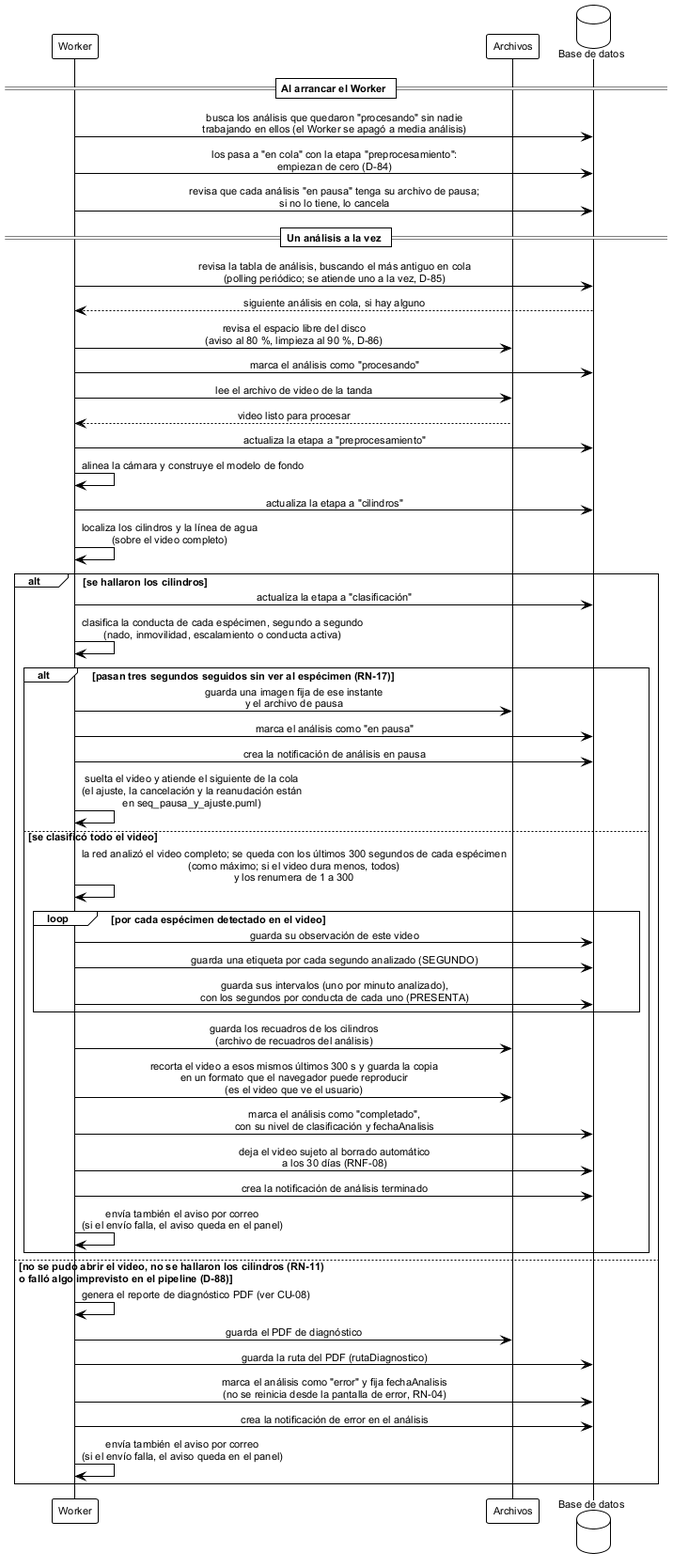
Before: figures/mermaid/seq_analisis_automatico.png, a diagram exported from PlantUML (ErickJester/fst-ai-system-latex).
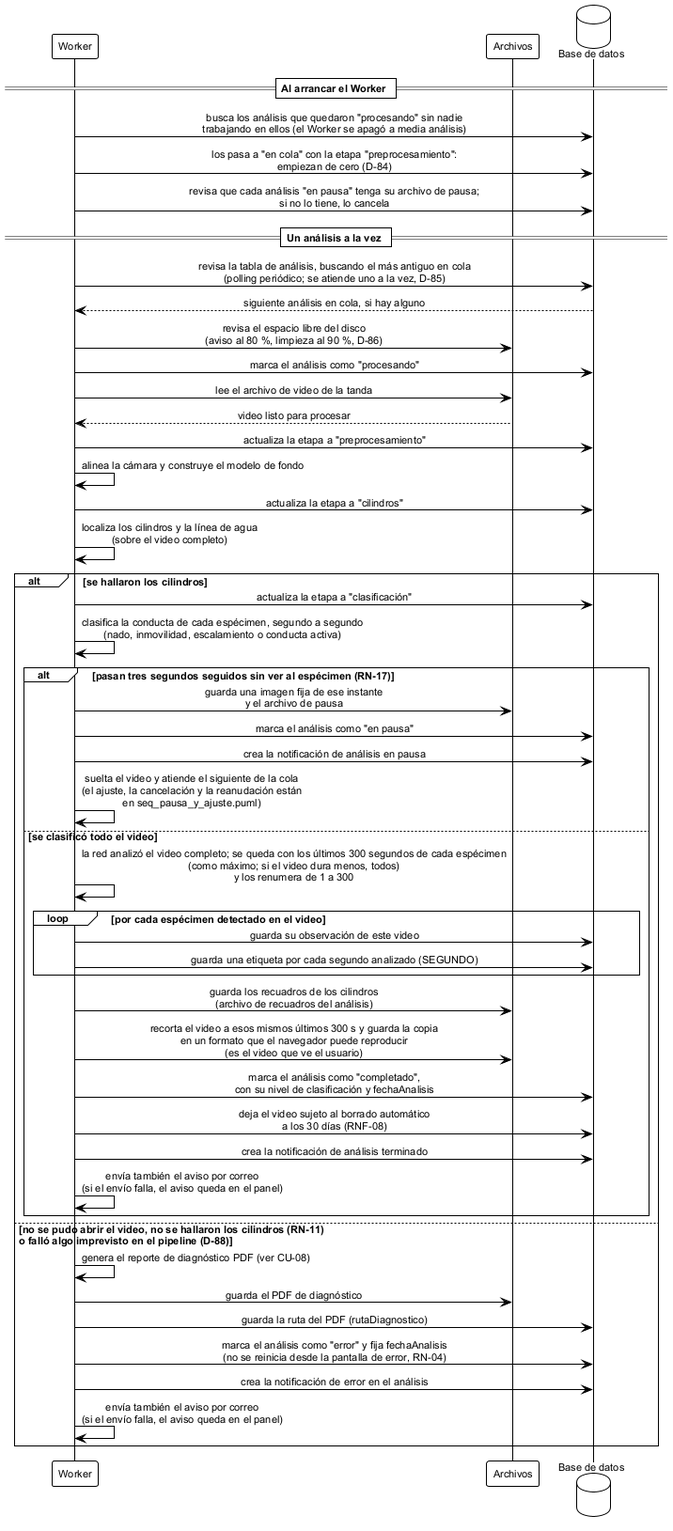
The same file after the commit.

What changed in the source:
```diff
@@ -48,7 +48,6 @@
     loop por cada espécimen detectado en el video
       w -> db: guarda su observación de este video
       w -> db: guarda una etiqueta por cada segundo analizado (SEGUNDO)
-      w -> db: guarda sus intervalos (uno por minuto analizado),\ncon los segundos por conducta de cada uno (PRESENTA)
     end
 
     w -> fs: guarda los recuadros de los cilindros\n(archivo de recuadros del análisis)
```
